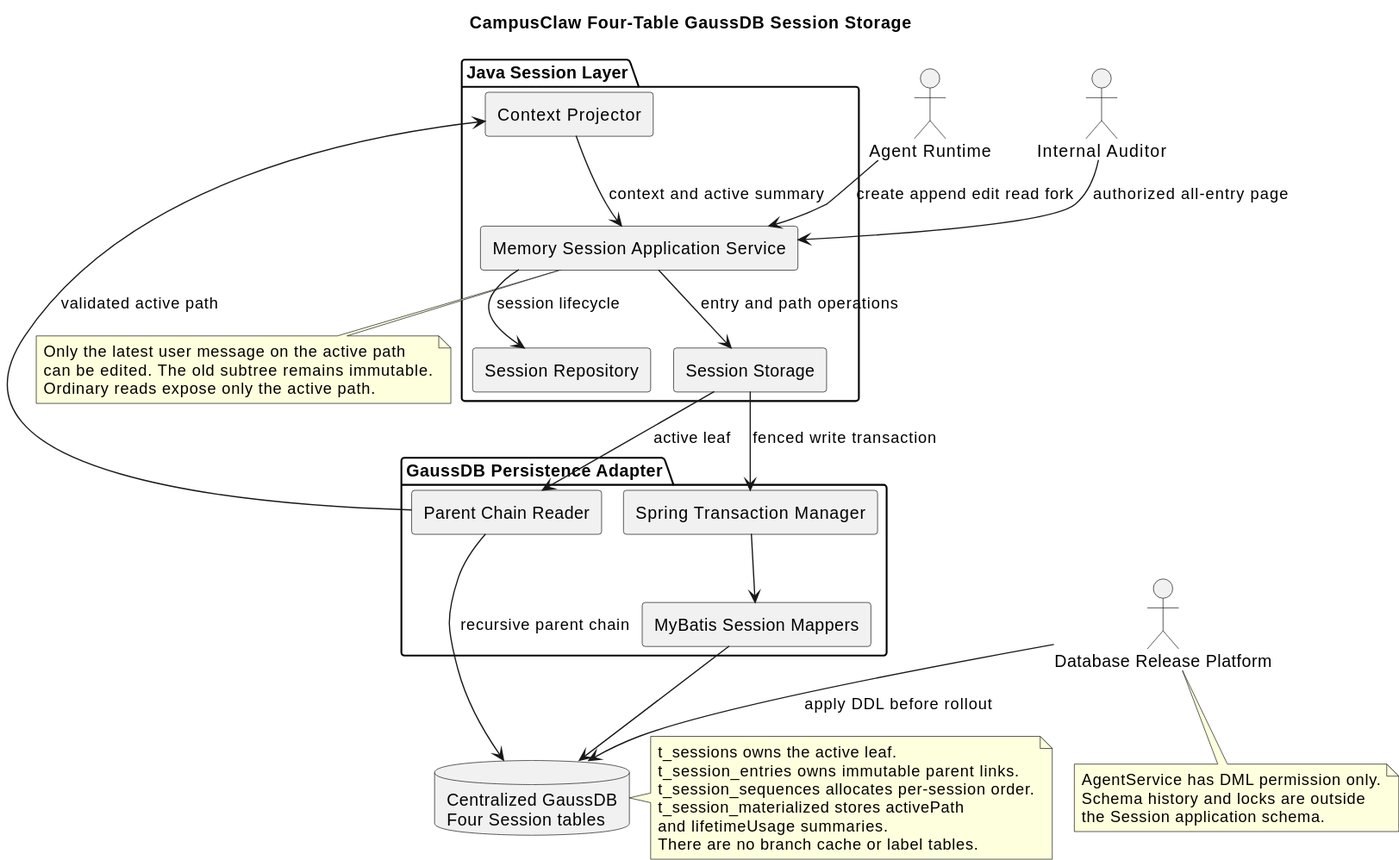
This is diagrams/memory/memory-architecture.svg from ssm0808/pi-mono-java-design, a PlantUML export, as it was before one commit.
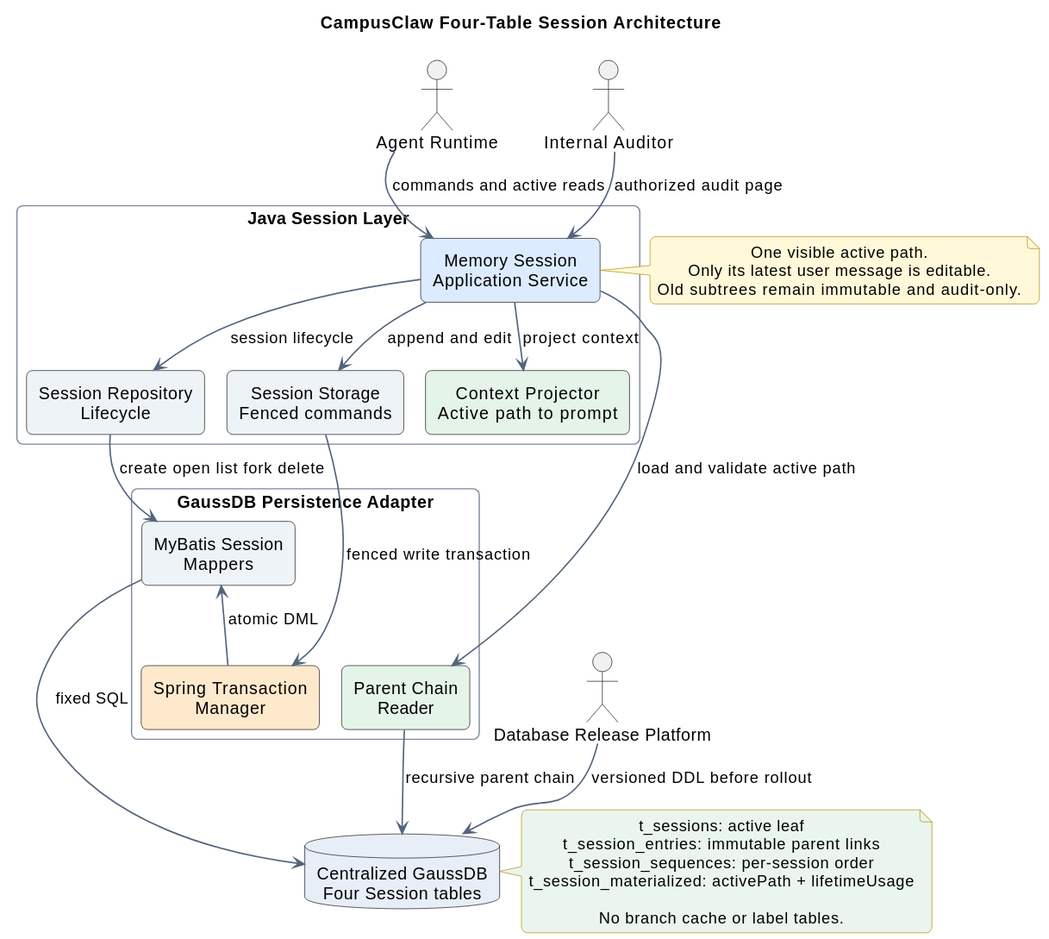
Above is the later version.

Commit message:
docs(memory): improve session diagram readability

The edit, as a diff of the source:
```diff
@@ -1,60 +1,73 @@
 @startuml
 !pragma layout smetana
-title CampusClaw Four-Table GaussDB Session Storage
+title CampusClaw Four-Table Session Architecture
+top to bottom direction
+
 skinparam backgroundColor #FFFFFF
+skinparam shadowing false
+skinparam roundcorner 10
+skinparam packageStyle rectangle
 skinparam componentStyle rectangle
+skinparam defaultTextAlignment center
+skinparam ArrowColor #53657D
+skinparam ArrowThickness 1.2
+skinparam PackageBorderColor #7A8699
+skinparam NoteBorderColor #B58B00
+skinparam NoteBackgroundColor #FFF8D9
 
 
 actor "Agent Runtime" as runtime
 actor "Internal Auditor" as auditor
 actor "Database Release Platform" as release
 
-package "Java Session Layer" {
-  [Memory Session Application Service] as app
-  [Session Repository] as repository
-  [Session Storage] as storage
-  [Context Projector] as projector
+runtime -[hidden]right- auditor
+
+package "Java Session Layer" as javaLayer {
+  component "Memory Session\nApplication Service" as app #DCEBFF
+  component "Session Repository\nLifecycle" as repository #EEF3F8
+  component "Session Storage\nFenced commands" as storage #EEF3F8
+  component "Context Projector\nActive path to prompt" as projector #E4F4E8
+
+  repository -[hidden]right- storage
+  storage -[hidden]right- projector
+  app --> repository : session lifecycle
+  app --> storage : append and edit
+  app --> projector : project context
 }
 
-package "GaussDB Persistence Adapter" {
-  [Spring Transaction Manager] as tx
-  [MyBatis Session Mappers] as mappers
-  [Parent Chain Reader] as pathReader
+package "GaussDB Persistence Adapter" as adapter {
+  component "MyBatis Session\nMappers" as mappers #EEF3F8
+  component "Spring Transaction\nManager" as tx #FFE9CC
+  component "Parent Chain\nReader" as pathReader #E4F4E8
+
+  mappers -[hidden]right- tx
+  tx -[hidden]right- pathReader
+  tx --> mappers : atomic DML
 }
 
-database "Centralized GaussDB\nFour Session tables" as db
+database "Centralized GaussDB\nFour Session tables" as db #E8EEF7
 
-runtime --> app : create append edit read fork
-app --> repository : session lifecycle
-app --> storage : entry and path operations
+runtime --> app : commands and active reads
+auditor --> app : authorized audit page
+repository --> mappers : create open list fork delete
 storage --> tx : fenced write transaction
-tx --> mappers
-mappers --> db
-storage --> pathReader : active leaf
+app --> pathReader : load and validate active path
+mappers --> db : fixed SQL
 pathReader --> db : recursive parent chain
-pathReader --> projector : validated active path
-projector --> app : context and active summary
-auditor --> app : authorized all-entry page
-release --> db : apply DDL before rollout
+release --> db : versioned DDL before rollout
 
-note right of db
-t_sessions owns the active leaf.
-t_session_entries owns immutable parent links.
-t_session_sequences allocates per-session order.
-t_session_materialized stores activePath
-and lifetimeUsage summaries.
-There are no branch cache or label tables.
+note left of app
+One visible active path.
+Only its latest user message is editable.
+Old subtrees remain immutable and audit-only.
 end note
 
-note bottom of app
-Only the latest user message on the active path
-can be edited. The old subtree remains immutable.
-Ordinary reads expose only the active path.
-end note
+note right of db #EAF6ED
+t_sessions: active leaf
+t_session_entries: immutable parent links
+t_session_sequences: per-session order
+t_session_materialized: activePath + lifetimeUsage
 
-note bottom of release
-AgentService has DML permission only.
-Schema history and locks are outside
-the Session application schema.
+No branch cache or label tables.
 end note
 @enduml
```
